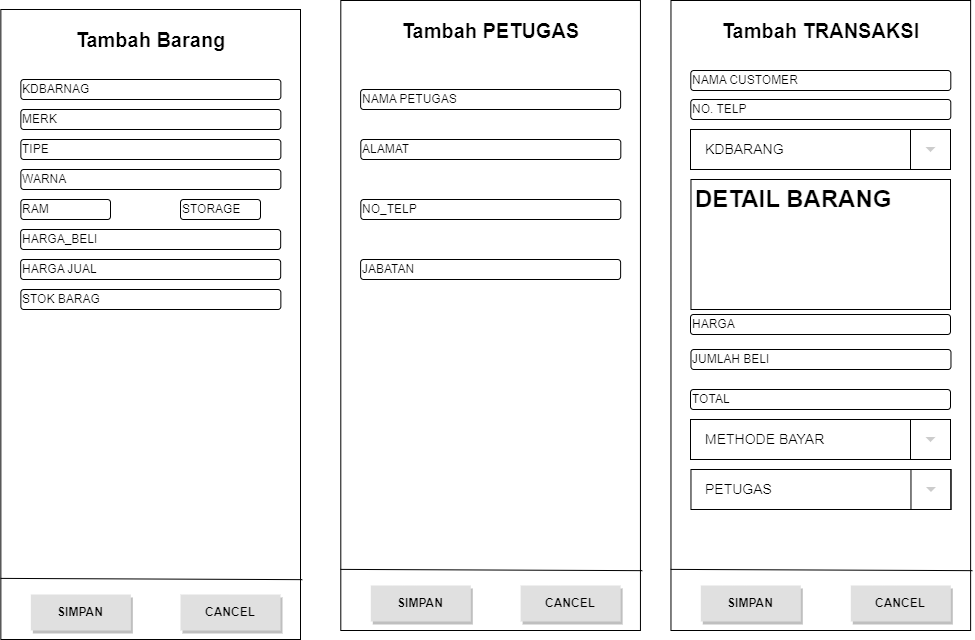
Earlier version of the draw.io export Tambah_DesignactivityDiagram.drawio.png (MountZ1/PR_PenjualanHandPhone_ArdiSaputraTIP-21.2). Source tidied: cells renumbered, new cells last; positions are measured from the earlier drawing's top-left corner, leaving out a move shared by most shapes.
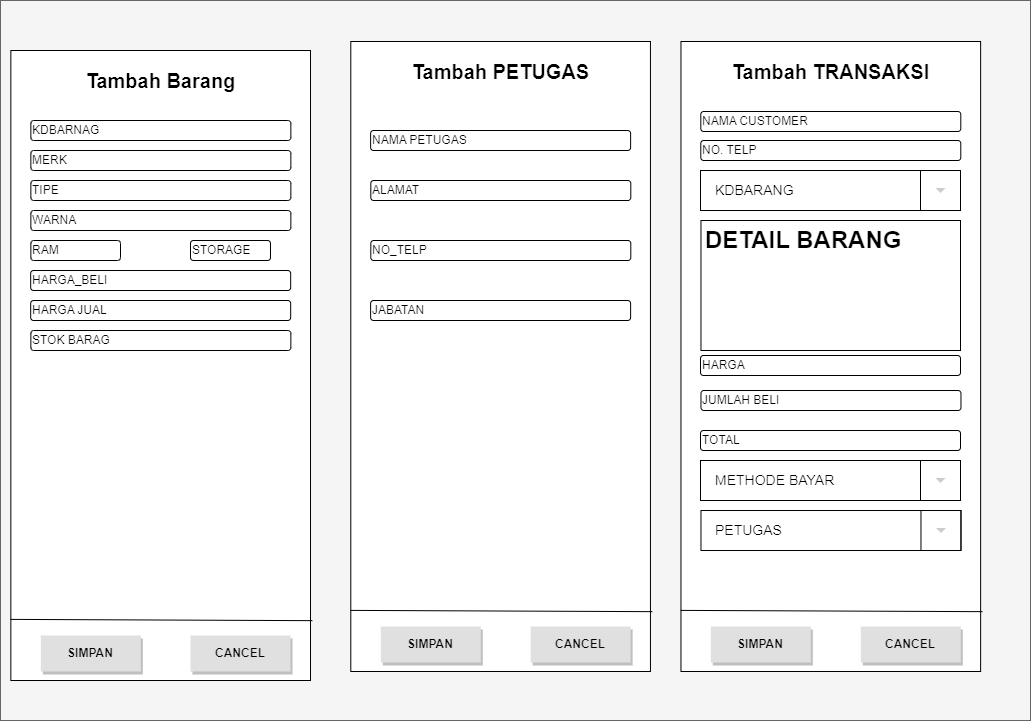
After the change.

The edit, as a diff of the source:
```diff
@@ -2,6 +2,9 @@
   <root>
     <mxCell id="0" />
     <mxCell id="1" parent="0" />
+    <mxCell id="48" style="rounded=0;whiteSpace=wrap;html=1;fillColor=#f5f5f5;fontColor=#333333;strokeColor=#666666;" parent="1" vertex="1">
+      <mxGeometry x="-10" y="-41" width="1030" height="720" as="geometry" />
+    </mxCell>
     <mxCell id="2" style="rounded=0;whiteSpace=wrap;html=1;" parent="1" vertex="1">
       <mxGeometry x="0.4" y="9" width="299.6" height="630" as="geometry" />
     </mxCell>
```
